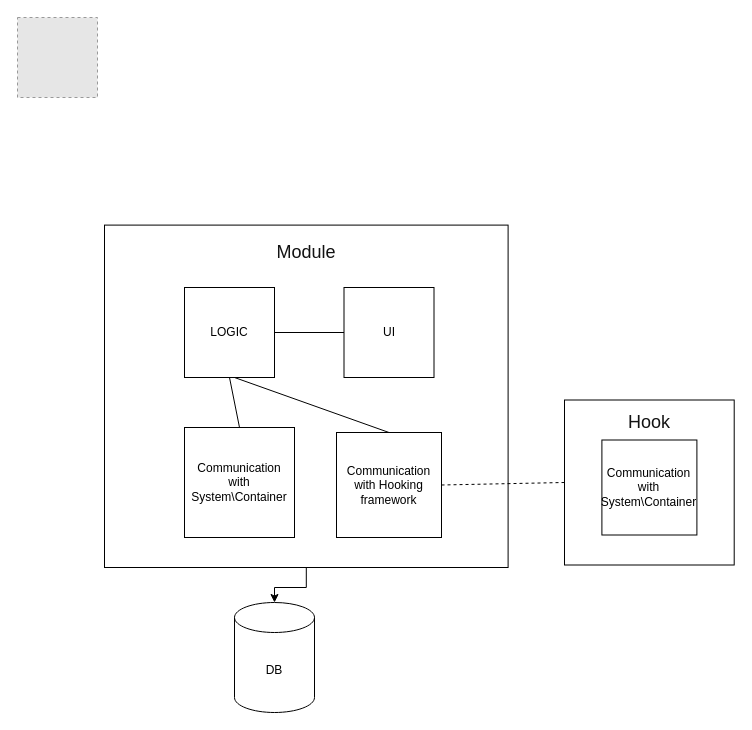
Before: page "Overview" (1 of 2) of VirtuallyPrivate.drawio in 0xToxey/VirtuallyPrivate, a draw.io diagram. Source tidied: cells renumbered, new cells numbered last; positions are measured from the earlier drawing's top-left corner, leaving out a move shared by most shapes. Both pictures are drawn from the tidied source at 100%, with x=0, y=0 at pixel (17, 17). Pictures stored in the file or linked from it are replaced by grey dashed boxes.
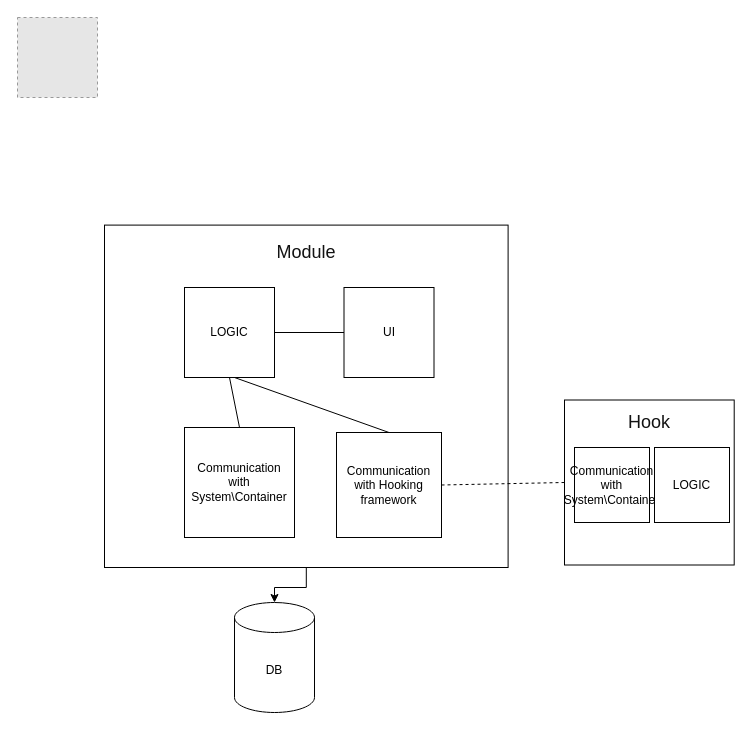
After the change.

Change to the diagram source:
```diff
@@
 <mxGraphModel>
   <root>
     <mxCell id="0" />
     <mxCell id="1" parent="0" />
     <mxCell id="2" style="rounded=0;whiteSpace=wrap;html=1;" parent="1" vertex="1">
       <mxGeometry x="547" y="382.5" width="169.7" height="165" as="geometry" />
     </mxCell>
     <mxCell id="3" style="fillColor=#E6E6E6;strokeColor=#999999;dashed=1;html=1;verticalAlign=top;verticalLabelPosition=bottom;labelBackgroundColor=#ffffff;" parent="1" vertex="1">
       <mxGeometry width="80" height="80" as="geometry" />
     </mxCell>
     <mxCell id="4" style="edgeStyle=orthogonalEdgeStyle;rounded=0;jettySize=auto;html=1;" parent="1" edge="1" source="5" target="11">
       <mxGeometry relative="1" as="geometry" />
     </mxCell>
     <mxCell id="5" style="rounded=0;whiteSpace=wrap;html=1;" parent="1" vertex="1">
       <mxGeometry x="87" y="207.6" width="403.6" height="342.4" as="geometry" />
     </mxCell>
     <mxCell id="6" value="Module" style="text;html=1;strokeColor=none;fillColor=none;align=center;verticalAlign=middle;whiteSpace=wrap;rounded=0;labelBorderColor=none;fontSize=18;fontColor=#121212;" parent="1" vertex="1">
       <mxGeometry x="228.8" y="220" width="120" height="30" as="geometry" />
     </mxCell>
     <mxCell id="7" value="LOGIC" style="whiteSpace=wrap;html=1;" parent="1" vertex="1">
       <mxGeometry x="167" y="270" width="90" height="90" as="geometry" />
     </mxCell>
     <mxCell id="8" value="UI" style="whiteSpace=wrap;html=1;" parent="1" vertex="1">
       <mxGeometry x="326.5" y="270" width="90" height="90" as="geometry" />
     </mxCell>
     <mxCell id="9" value="Communication with Hooking framework" style="whiteSpace=wrap;html=1;" parent="1" vertex="1">
       <mxGeometry x="319" y="415" width="105" height="105" as="geometry" />
     </mxCell>
     <mxCell id="10" value="Communication with System\Container" style="whiteSpace=wrap;html=1;" parent="1" vertex="1">
-      <mxGeometry x="584.4" y="422.5" width="95" height="95" as="geometry" />
+      <mxGeometry x="557" y="430" width="75" height="75" as="geometry" />
     </mxCell>
     <mxCell id="11" value="DB" style="shape=cylinder3;whiteSpace=wrap;html=1;boundedLbl=1;backgroundOutline=1;size=15;" parent="1" vertex="1">
       <mxGeometry x="217" y="585" width="80" height="110" as="geometry" />
     </mxCell>
     <mxCell id="12" value="Hook" style="text;html=1;strokeColor=none;fillColor=none;align=center;verticalAlign=middle;whiteSpace=wrap;rounded=0;labelBorderColor=none;fontSize=18;fontColor=#121212;" parent="1" vertex="1">
       <mxGeometry x="581.9" y="392.5" width="100" height="25" as="geometry" />
     </mxCell>
     <mxCell id="13" value="Communication with System\Container" style="whiteSpace=wrap;html=1;" parent="1" vertex="1">
       <mxGeometry x="167" y="410" width="110" height="110" as="geometry" />
     </mxCell>
     <mxCell id="14" style="endArrow=none;html=1;fontSize=37;fontColor=#121212;exitX=1;exitY=0.5;exitDx=0;exitDy=0;entryX=0;entryY=0.5;entryDx=0;entryDy=0;" parent="1" edge="1" source="7" target="8">
       <mxGeometry relative="1" as="geometry" />
     </mxCell>
     <mxCell id="15" style="endArrow=none;html=1;fontSize=37;fontColor=#121212;exitX=0.5;exitY=1;exitDx=0;exitDy=0;entryX=0.5;entryY=0;entryDx=0;entryDy=0;" parent="1" edge="1" source="7" target="13">
       <mxGeometry relative="1" as="geometry" />
     </mxCell>
     <mxCell id="16" style="endArrow=none;dashed=1;html=1;fontSize=37;fontColor=#121212;exitX=0;exitY=0.5;exitDx=0;exitDy=0;entryX=1;entryY=0.5;entryDx=0;entryDy=0;" parent="1" edge="1" source="2" target="9">
       <mxGeometry relative="1" as="geometry" />
     </mxCell>
     <mxCell id="17" style="endArrow=none;html=1;fontSize=37;fontColor=#121212;exitX=0.5;exitY=0;exitDx=0;exitDy=0;" parent="1" edge="1" source="9">
       <mxGeometry relative="1" as="geometry">
         <mxPoint x="217" y="360" as="targetPoint" />
       </mxGeometry>
     </mxCell>
+    <mxCell id="18" value="LOGIC" style="whiteSpace=wrap;html=1;" parent="1" vertex="1">
+      <mxGeometry x="637" y="430" width="75" height="75" as="geometry" />
+    </mxCell>
   </root>
 </mxGraphModel>
```
